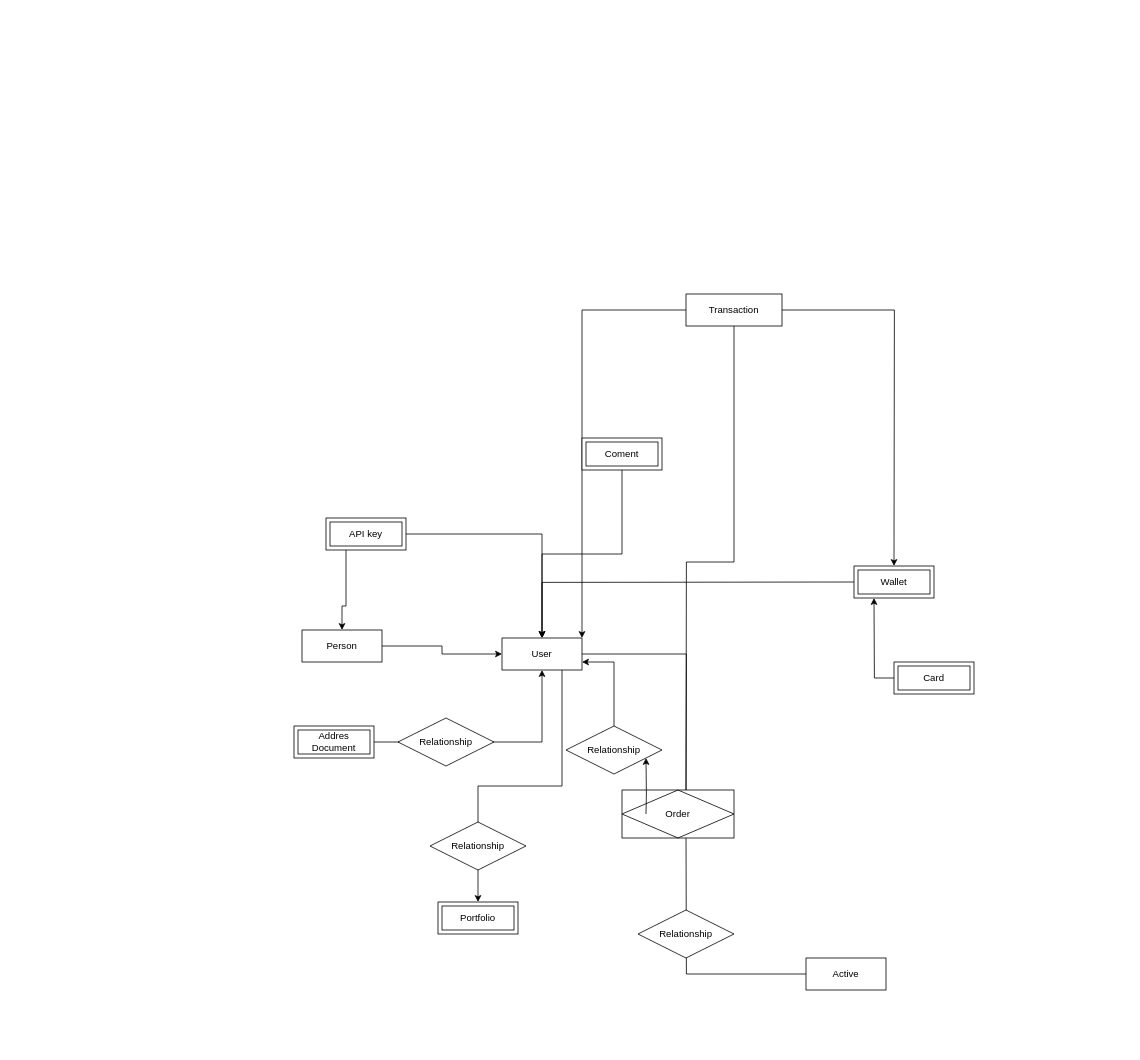
Above: Untitled Diagram.drawio in ThEMueA/dataModeling (draw.io), before the change. Source tidied: cells renumbered, new cells numbered last; positions are measured from the earlier drawing's top-left corner, leaving out a move shared by most shapes. Both pictures are drawn from the tidied source at 80%, with x=0, y=0 at pixel (294, 294).
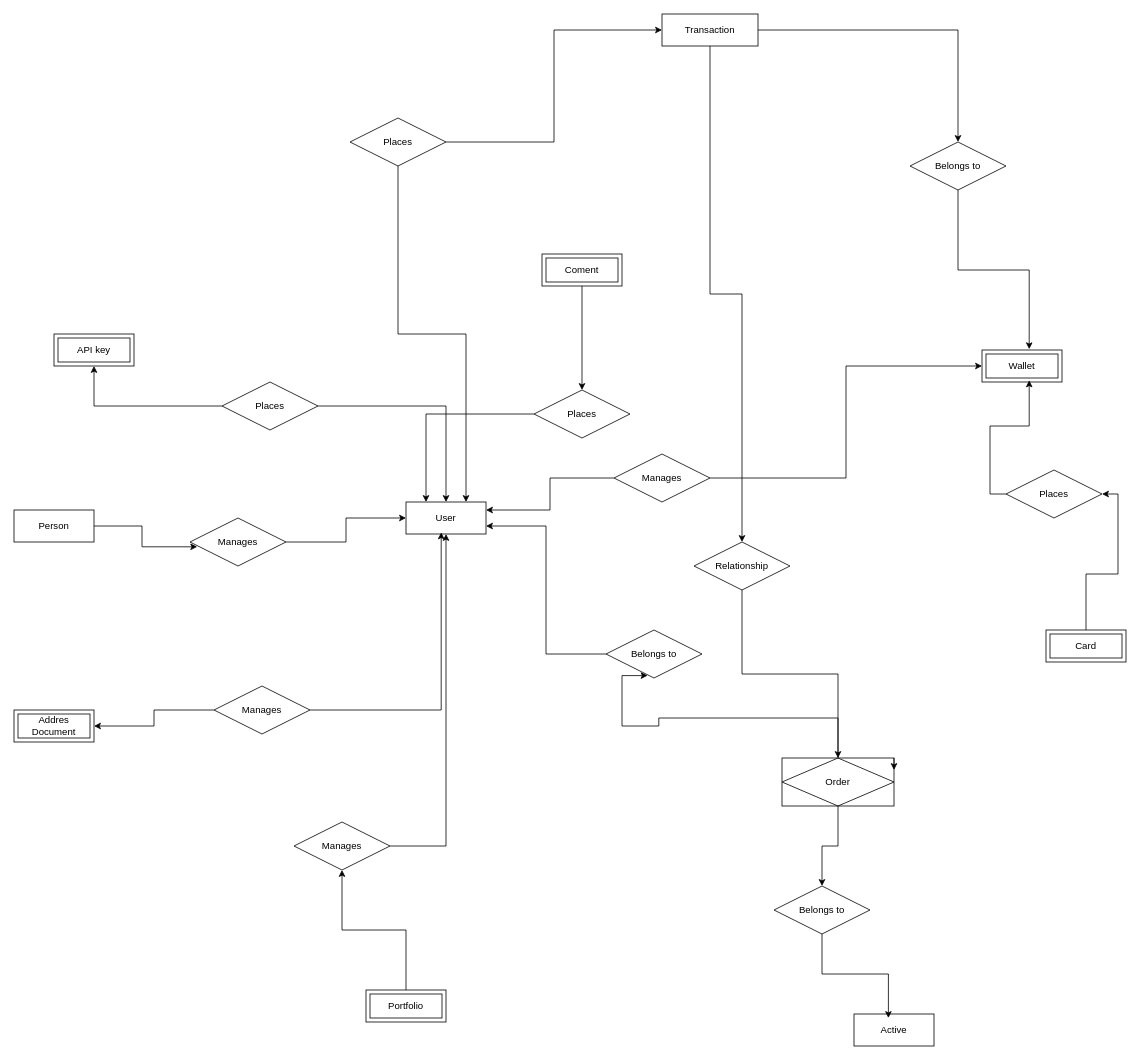
The same page after the edit.

What changed in the source:
```diff
@@
-    <mxCell id="2" style="edgeStyle=orthogonalEdgeStyle;rounded=0;jettySize=auto;html=1;" parent="1" edge="1" source="4">
-      <mxGeometry relative="1" as="geometry">
-        <mxPoint x="490" y="630" as="targetPoint" />
-      </mxGeometry>
-    </mxCell>
-    <mxCell id="3" style="edgeStyle=orthogonalEdgeStyle;rounded=0;jettySize=auto;html=1;exitX=0.75;exitY=1;exitDx=0;exitDy=0;" parent="1" edge="1" source="4" target="24">
-      <mxGeometry relative="1" as="geometry" />
-    </mxCell>
     <mxCell id="4" value="User" style="whiteSpace=wrap;html=1;align=center;" parent="1" vertex="1">
-      <mxGeometry x="260" y="430" width="100" height="40" as="geometry" />
+      <mxGeometry x="140" y="260" width="100" height="40" as="geometry" />
     </mxCell>
-    <mxCell id="5" style="edgeStyle=orthogonalEdgeStyle;rounded=0;jettySize=auto;html=1;" parent="1" edge="1" source="6">
+    <mxCell id="5" style="edgeStyle=orthogonalEdgeStyle;rounded=0;jettySize=auto;html=1;entryX=0.433;entryY=0.95;entryDx=0;entryDy=0;entryPerimeter=0;" parent="1" edge="1" source="25" target="28">
       <mxGeometry relative="1" as="geometry">
-        <mxPoint x="490" y="670" as="targetPoint" />
+        <Array as="points">
+          <mxPoint x="680" y="530" />
+          <mxPoint x="456" y="530" />
+          <mxPoint x="456" y="540" />
+          <mxPoint x="410" y="540" />
+          <mxPoint x="410" y="477" />
+        </Array>
       </mxGeometry>
     </mxCell>
     <mxCell id="6" value="Active" style="whiteSpace=wrap;html=1;align=center;" parent="1" vertex="1">
-      <mxGeometry x="640" y="830" width="100" height="40" as="geometry" />
+      <mxGeometry x="700" y="900" width="100" height="40" as="geometry" />
     </mxCell>
@@
-    <mxCell id="8" style="edgeStyle=orthogonalEdgeStyle;rounded=0;jettySize=auto;html=1;" parent="1" edge="1" source="11">
-      <mxGeometry relative="1" as="geometry">
-        <mxPoint x="750" y="340" as="targetPoint" />
-      </mxGeometry>
-    </mxCell>
-    <mxCell id="9" style="edgeStyle=orthogonalEdgeStyle;rounded=0;jettySize=auto;html=1;entryX=1;entryY=0;entryDx=0;entryDy=0;" parent="1" edge="1" source="11" target="4">
-      <mxGeometry relative="1" as="geometry" />
-    </mxCell>
-    <mxCell id="10" style="edgeStyle=orthogonalEdgeStyle;rounded=0;jettySize=auto;html=1;exitX=0.5;exitY=1;exitDx=0;exitDy=0;" parent="1" edge="1" source="11">
-      <mxGeometry relative="1" as="geometry">
-        <mxPoint x="490" y="630" as="targetPoint" />
-      </mxGeometry>
-    </mxCell>
+    <mxCell id="32" style="edgeStyle=orthogonalEdgeStyle;rounded=0;jettySize=auto;html=1;" parent="1" edge="1" source="11" target="54">
+      <mxGeometry relative="1" as="geometry" />
+    </mxCell>
+    <mxCell id="33" style="edgeStyle=orthogonalEdgeStyle;rounded=0;jettySize=auto;html=1;entryX=0.5;entryY=0;entryDx=0;entryDy=0;" parent="1" edge="1" source="11" target="55">
+      <mxGeometry relative="1" as="geometry" />
+    </mxCell>
     <mxCell id="11" value="Transaction" style="whiteSpace=wrap;html=1;align=center;" parent="1" vertex="1">
-      <mxGeometry x="490" width="120" height="40" as="geometry" />
+      <mxGeometry x="460" y="-350" width="120" height="40" as="geometry" />
     </mxCell>
-    <mxCell id="12" style="edgeStyle=orthogonalEdgeStyle;rounded=0;jettySize=auto;html=1;" parent="1" edge="1" source="13" target="4">
-      <mxGeometry relative="1" as="geometry" />
-    </mxCell>
     <mxCell id="13" value="Person" style="whiteSpace=wrap;html=1;align=center;" parent="1" vertex="1">
-      <mxGeometry x="10" y="420" width="100" height="40" as="geometry" />
+      <mxGeometry x="-350" y="270" width="100" height="40" as="geometry" />
     </mxCell>
-    <mxCell id="14" style="edgeStyle=orthogonalEdgeStyle;rounded=0;jettySize=auto;html=1;" parent="1" edge="1" source="15" target="4">
-      <mxGeometry relative="1" as="geometry" />
-    </mxCell>
     <mxCell id="15" value="Addres Document" style="shape=ext;margin=3;double=1;whiteSpace=wrap;html=1;align=center;" parent="1" vertex="1">
-      <mxGeometry y="540" width="100" height="40" as="geometry" />
+      <mxGeometry x="-350" y="520" width="100" height="40" as="geometry" />
     </mxCell>
-    <mxCell id="16" style="edgeStyle=orthogonalEdgeStyle;rounded=0;jettySize=auto;html=1;" parent="1" edge="1" source="18" target="4">
-      <mxGeometry relative="1" as="geometry" />
-    </mxCell>
-    <mxCell id="17" style="edgeStyle=orthogonalEdgeStyle;rounded=0;jettySize=auto;html=1;exitX=0.25;exitY=1;exitDx=0;exitDy=0;" parent="1" edge="1" source="18" target="13">
-      <mxGeometry relative="1" as="geometry">
-        <Array as="points">
-          <mxPoint x="65" y="390" />
-          <mxPoint x="60" y="390" />
-        </Array>
-      </mxGeometry>
-    </mxCell>
     <mxCell id="18" value="API key" style="shape=ext;margin=3;double=1;whiteSpace=wrap;html=1;align=center;" parent="1" vertex="1">
-      <mxGeometry x="40" y="280" width="100" height="40" as="geometry" />
+      <mxGeometry x="-300" y="50" width="100" height="40" as="geometry" />
     </mxCell>
-    <mxCell id="19" style="edgeStyle=orthogonalEdgeStyle;rounded=0;jettySize=auto;html=1;" parent="1" edge="1" source="20" target="4">
-      <mxGeometry relative="1" as="geometry" />
-    </mxCell>
+    <mxCell id="34" style="edgeStyle=orthogonalEdgeStyle;rounded=0;jettySize=auto;html=1;" parent="1" edge="1" source="20" target="52">
+      <mxGeometry relative="1" as="geometry" />
+    </mxCell>
     <mxCell id="20" value="Coment" style="shape=ext;margin=3;double=1;whiteSpace=wrap;html=1;align=center;" parent="1" vertex="1">
-      <mxGeometry x="360" y="180" width="100" height="40" as="geometry" />
+      <mxGeometry x="310" y="-50" width="100" height="40" as="geometry" />
     </mxCell>
-    <mxCell id="21" style="edgeStyle=orthogonalEdgeStyle;rounded=0;jettySize=auto;html=1;entryX=0.25;entryY=1;entryDx=0;entryDy=0;" parent="1" edge="1" source="22">
-      <mxGeometry relative="1" as="geometry">
-        <mxPoint x="725" y="380" as="targetPoint" />
-      </mxGeometry>
-    </mxCell>
+    <mxCell id="35" style="edgeStyle=orthogonalEdgeStyle;rounded=0;jettySize=auto;html=1;entryX=1;entryY=0.5;entryDx=0;entryDy=0;" parent="1" edge="1" source="22" target="57">
+      <mxGeometry relative="1" as="geometry" />
+    </mxCell>
     <mxCell id="22" value="Card" style="shape=ext;margin=3;double=1;whiteSpace=wrap;html=1;align=center;" parent="1" vertex="1">
-      <mxGeometry x="750" y="460" width="100" height="40" as="geometry" />
+      <mxGeometry x="940" y="420" width="100" height="40" as="geometry" />
     </mxCell>
-    <mxCell id="23" style="edgeStyle=orthogonalEdgeStyle;rounded=0;jettySize=auto;html=1;" parent="1" edge="1" target="4">
-      <mxGeometry relative="1" as="geometry">
-        <mxPoint x="700" y="360" as="sourcePoint" />
-      </mxGeometry>
-    </mxCell>
+    <mxCell id="36" style="edgeStyle=orthogonalEdgeStyle;rounded=0;jettySize=auto;html=1;" parent="1" edge="1" source="24" target="29">
+      <mxGeometry relative="1" as="geometry" />
+    </mxCell>
     <mxCell id="24" value="Portfolio" style="shape=ext;margin=3;double=1;whiteSpace=wrap;html=1;align=center;" parent="1" vertex="1">
-      <mxGeometry x="180" y="760" width="100" height="40" as="geometry" />
+      <mxGeometry x="90" y="870" width="100" height="40" as="geometry" />
     </mxCell>
-    <mxCell id="25" value="Order" style="shape=associativeEntity;whiteSpace=wrap;html=1;align=center;" parent="1" vertex="1">
-      <mxGeometry x="410" y="620" width="140" height="60" as="geometry" />
-    </mxCell>
-    <mxCell id="26" value="Relationship" style="shape=rhombus;perimeter=rhombusPerimeter;whiteSpace=wrap;html=1;align=center;" parent="1" vertex="1">
-      <mxGeometry x="430" y="770" width="120" height="60" as="geometry" />
+    <mxCell id="26" value="Belongs to" style="shape=rhombus;perimeter=rhombusPerimeter;whiteSpace=wrap;html=1;align=center;" parent="1" vertex="1">
+      <mxGeometry x="600" y="740" width="120" height="60" as="geometry" />
     </mxCell>
-    <mxCell id="27" style="edgeStyle=orthogonalEdgeStyle;rounded=0;jettySize=auto;html=1;entryX=1;entryY=0.75;entryDx=0;entryDy=0;" parent="1" edge="1" target="28">
-      <mxGeometry relative="1" as="geometry">
-        <mxPoint x="440" y="650" as="sourcePoint" />
-      </mxGeometry>
-    </mxCell>
-    <mxCell id="28" value="Relationship" style="shape=rhombus;perimeter=rhombusPerimeter;whiteSpace=wrap;html=1;align=center;" parent="1" vertex="1">
-      <mxGeometry x="340" y="540" width="120" height="60" as="geometry" />
+    <mxCell id="28" value="Belongs to" style="shape=rhombus;perimeter=rhombusPerimeter;whiteSpace=wrap;html=1;align=center;" parent="1" vertex="1">
+      <mxGeometry x="390" y="420" width="120" height="60" as="geometry" />
     </mxCell>
+    <mxCell id="37" style="edgeStyle=orthogonalEdgeStyle;rounded=0;jettySize=auto;html=1;" parent="1" edge="1" source="29" target="4">
+      <mxGeometry relative="1" as="geometry" />
+    </mxCell>
-    <mxCell id="29" value="Relationship" style="shape=rhombus;perimeter=rhombusPerimeter;whiteSpace=wrap;html=1;align=center;" parent="1" vertex="1">
-      <mxGeometry x="170" y="660" width="120" height="60" as="geometry" />
+    <mxCell id="29" value="Manages" style="shape=rhombus;perimeter=rhombusPerimeter;whiteSpace=wrap;html=1;align=center;" parent="1" vertex="1">
+      <mxGeometry y="660" width="120" height="60" as="geometry" />
     </mxCell>
+    <mxCell id="38" style="edgeStyle=orthogonalEdgeStyle;rounded=0;jettySize=auto;html=1;" parent="1" edge="1" source="30" target="15">
+      <mxGeometry relative="1" as="geometry" />
+    </mxCell>
-    <mxCell id="30" value="Relationship" style="shape=rhombus;perimeter=rhombusPerimeter;whiteSpace=wrap;html=1;align=center;" parent="1" vertex="1">
-      <mxGeometry x="130" y="530" width="120" height="60" as="geometry" />
+    <mxCell id="30" value="Manages" style="shape=rhombus;perimeter=rhombusPerimeter;whiteSpace=wrap;html=1;align=center;" parent="1" vertex="1">
+      <mxGeometry x="-100" y="490" width="120" height="60" as="geometry" />
     </mxCell>
     <mxCell id="31" value="Wallet" style="shape=ext;margin=3;double=1;whiteSpace=wrap;html=1;align=center;" parent="1" vertex="1">
-      <mxGeometry x="700" y="340" width="100" height="40" as="geometry" />
+      <mxGeometry x="860" y="70" width="100" height="40" as="geometry" />
     </mxCell>
+    <mxCell id="39" style="edgeStyle=orthogonalEdgeStyle;rounded=0;jettySize=auto;html=1;" parent="1" edge="1" source="25" target="26">
+      <mxGeometry relative="1" as="geometry" />
+    </mxCell>
+    <mxCell id="25" value="Order" style="shape=associativeEntity;whiteSpace=wrap;html=1;align=center;" parent="1" vertex="1">
+      <mxGeometry x="610" y="580" width="140" height="60" as="geometry" />
+    </mxCell>
+    <mxCell id="40" style="edgeStyle=orthogonalEdgeStyle;rounded=0;jettySize=auto;html=1;entryX=0.43;entryY=0.125;entryDx=0;entryDy=0;entryPerimeter=0;" parent="1" edge="1" source="26" target="6">
+      <mxGeometry relative="1" as="geometry" />
+    </mxCell>
+    <mxCell id="41" style="edgeStyle=orthogonalEdgeStyle;rounded=0;jettySize=auto;html=1;entryX=0.44;entryY=0.95;entryDx=0;entryDy=0;entryPerimeter=0;" parent="1" edge="1" source="30" target="4">
+      <mxGeometry relative="1" as="geometry" />
+    </mxCell>
+    <mxCell id="42" style="edgeStyle=orthogonalEdgeStyle;rounded=0;jettySize=auto;html=1;" parent="1" edge="1" source="44" target="18">
+      <mxGeometry relative="1" as="geometry" />
+    </mxCell>
+    <mxCell id="43" style="edgeStyle=orthogonalEdgeStyle;rounded=0;jettySize=auto;html=1;" parent="1" edge="1" source="44" target="4">
+      <mxGeometry relative="1" as="geometry" />
+    </mxCell>
+    <mxCell id="44" value="Places" style="shape=rhombus;perimeter=rhombusPerimeter;whiteSpace=wrap;html=1;align=center;" parent="1" vertex="1">
+      <mxGeometry x="-90" y="110" width="120" height="60" as="geometry" />
+    </mxCell>
+    <mxCell id="45" style="edgeStyle=orthogonalEdgeStyle;rounded=0;jettySize=auto;html=1;" parent="1" edge="1" source="46" target="4">
+      <mxGeometry relative="1" as="geometry" />
+    </mxCell>
+    <mxCell id="46" value="Manages" style="shape=rhombus;perimeter=rhombusPerimeter;whiteSpace=wrap;html=1;align=center;" parent="1" vertex="1">
+      <mxGeometry x="-130" y="280" width="120" height="60" as="geometry" />
+    </mxCell>
+    <mxCell id="47" style="edgeStyle=orthogonalEdgeStyle;rounded=0;jettySize=auto;html=1;entryX=0.075;entryY=0.6;entryDx=0;entryDy=0;entryPerimeter=0;" parent="1" edge="1" source="13" target="46">
+      <mxGeometry relative="1" as="geometry" />
+    </mxCell>
+    <mxCell id="48" style="edgeStyle=orthogonalEdgeStyle;rounded=0;jettySize=auto;html=1;entryX=0;entryY=0.5;entryDx=0;entryDy=0;" parent="1" edge="1" source="50" target="11">
+      <mxGeometry relative="1" as="geometry" />
+    </mxCell>
+    <mxCell id="49" style="edgeStyle=orthogonalEdgeStyle;rounded=0;jettySize=auto;html=1;entryX=0.75;entryY=0;entryDx=0;entryDy=0;" parent="1" edge="1" source="50" target="4">
+      <mxGeometry relative="1" as="geometry" />
+    </mxCell>
+    <mxCell id="50" value="Places" style="shape=rhombus;perimeter=rhombusPerimeter;whiteSpace=wrap;html=1;align=center;" parent="1" vertex="1">
+      <mxGeometry x="70" y="-220" width="120" height="60" as="geometry" />
+    </mxCell>
+    <mxCell id="51" style="edgeStyle=orthogonalEdgeStyle;rounded=0;jettySize=auto;html=1;entryX=0.25;entryY=0;entryDx=0;entryDy=0;" parent="1" edge="1" source="52" target="4">
+      <mxGeometry relative="1" as="geometry" />
+    </mxCell>
+    <mxCell id="52" value="Places" style="shape=rhombus;perimeter=rhombusPerimeter;whiteSpace=wrap;html=1;align=center;" parent="1" vertex="1">
+      <mxGeometry x="300" y="120" width="120" height="60" as="geometry" />
+    </mxCell>
+    <mxCell id="53" style="edgeStyle=orthogonalEdgeStyle;rounded=0;jettySize=auto;html=1;entryX=0.5;entryY=0;entryDx=0;entryDy=0;" parent="1" edge="1" source="54" target="25">
+      <mxGeometry relative="1" as="geometry" />
+    </mxCell>
+    <mxCell id="54" value="Relationship" style="shape=rhombus;perimeter=rhombusPerimeter;whiteSpace=wrap;html=1;align=center;" parent="1" vertex="1">
+      <mxGeometry x="500" y="310" width="120" height="60" as="geometry" />
+    </mxCell>
+    <mxCell id="55" value="Belongs to" style="shape=rhombus;perimeter=rhombusPerimeter;whiteSpace=wrap;html=1;align=center;" parent="1" vertex="1">
+      <mxGeometry x="770" y="-190" width="120" height="60" as="geometry" />
+    </mxCell>
+    <mxCell id="56" style="edgeStyle=orthogonalEdgeStyle;rounded=0;jettySize=auto;html=1;entryX=0.59;entryY=-0.025;entryDx=0;entryDy=0;entryPerimeter=0;" parent="1" edge="1" source="55" target="31">
+      <mxGeometry relative="1" as="geometry" />
+    </mxCell>
+    <mxCell id="57" value="Places" style="shape=rhombus;perimeter=rhombusPerimeter;whiteSpace=wrap;html=1;align=center;" parent="1" vertex="1">
+      <mxGeometry x="890" y="220" width="120" height="60" as="geometry" />
+    </mxCell>
+    <mxCell id="58" style="edgeStyle=orthogonalEdgeStyle;rounded=0;jettySize=auto;html=1;exitX=0;exitY=0.5;exitDx=0;exitDy=0;entryX=0.59;entryY=0.95;entryDx=0;entryDy=0;entryPerimeter=0;" parent="1" edge="1" source="57" target="31">
+      <mxGeometry relative="1" as="geometry" />
+    </mxCell>
+    <mxCell id="59" style="edgeStyle=orthogonalEdgeStyle;rounded=0;jettySize=auto;html=1;entryX=0;entryY=0.5;entryDx=0;entryDy=0;" parent="1" edge="1" source="61" target="31">
+      <mxGeometry relative="1" as="geometry" />
+    </mxCell>
+    <mxCell id="60" style="edgeStyle=orthogonalEdgeStyle;rounded=0;jettySize=auto;html=1;entryX=1;entryY=0.25;entryDx=0;entryDy=0;" parent="1" edge="1" source="61" target="4">
+      <mxGeometry relative="1" as="geometry" />
+    </mxCell>
+    <mxCell id="61" value="Manages" style="shape=rhombus;perimeter=rhombusPerimeter;whiteSpace=wrap;html=1;align=center;" parent="1" vertex="1">
+      <mxGeometry x="400" y="200" width="120" height="60" as="geometry" />
+    </mxCell>
+    <mxCell id="62" style="edgeStyle=orthogonalEdgeStyle;rounded=0;orthogonalLoop=1;jettySize=auto;html=1;exitX=1;exitY=0;exitDx=0;exitDy=0;entryX=1;entryY=0.25;entryDx=0;entryDy=0;" parent="1" edge="1" source="25" target="25">
+      <mxGeometry relative="1" as="geometry" />
+    </mxCell>
```
